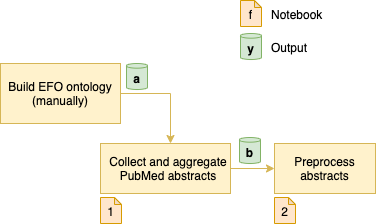
This is docs/pipeline.drawio.png from morteza/CogText, a draw.io export, as it was before one commit. Source tidied: cells renumbered, new cells last; positions are measured from the earlier drawing's top-left corner, leaving out a move shared by most shapes.
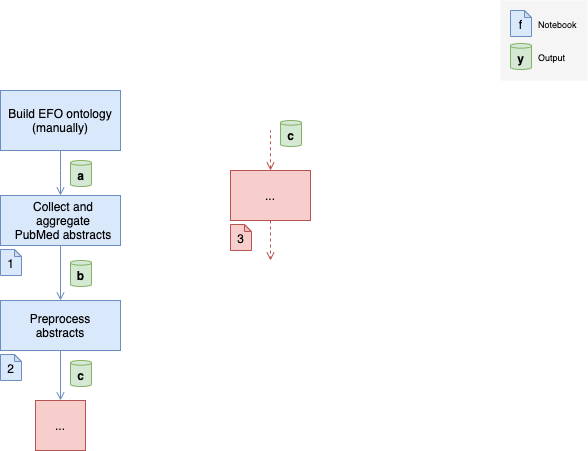
Later version of the same file.

Diff of the diagram source:
```diff
@@ -2,48 +2,83 @@
   <root>
     <mxCell id="0" />
     <mxCell id="1" parent="0" />
-    <mxCell id="2" style="edgeStyle=orthogonalEdgeStyle;rounded=0;jettySize=auto;html=1;sketch=0;shadow=0;fillColor=#fff2cc;strokeColor=#d6b656;" parent="1" edge="1" source="3" target="8">
+    <mxCell id="2" style="edgeStyle=orthogonalEdgeStyle;rounded=0;jettySize=auto;html=1;sketch=0;shadow=0;fillColor=#dae8fc;strokeColor=#6c8ebf;endArrow=open;endFill=0;" parent="1" edge="1" source="3" target="8">
       <mxGeometry relative="1" as="geometry" />
     </mxCell>
-    <mxCell id="3" value="Collect and aggregate&lt;br&gt;PubMed abstracts" style="whiteSpace=wrap;html=1;shadow=0;fillColor=#fff2cc;strokeColor=#d6b656;sketch=0;verticalAlign=middle;align=center;spacingLeft=6;" parent="1" vertex="1">
-      <mxGeometry x="100" y="143" width="130" height="50" as="geometry" />
+    <mxCell id="3" value="Collect and aggregate&lt;br&gt;PubMed abstracts" style="whiteSpace=wrap;html=1;shadow=0;fillColor=#dae8fc;strokeColor=#6c8ebf;sketch=0;verticalAlign=middle;align=center;spacingLeft=6;" parent="1" vertex="1">
+      <mxGeometry y="168" width="120" height="50" as="geometry" />
     </mxCell>
-    <mxCell id="4" value="1" style="shape=note;whiteSpace=wrap;html=1;backgroundOutline=1;darkOpacity=0.05;shadow=0;size=7;spacingTop=1;sketch=0;fillColor=#ffe6cc;strokeColor=#d79b00;" parent="1" vertex="1">
-      <mxGeometry x="100" y="197" width="21" height="26" as="geometry" />
+    <mxCell id="4" value="1" style="shape=note;whiteSpace=wrap;html=1;backgroundOutline=1;darkOpacity=0.05;shadow=0;size=7;spacingTop=1;sketch=0;fillColor=#dae8fc;strokeColor=#6c8ebf;" parent="1" vertex="1">
+      <mxGeometry y="222" width="21" height="26" as="geometry" />
     </mxCell>
-    <mxCell id="5" style="edgeStyle=orthogonalEdgeStyle;rounded=0;jettySize=auto;html=1;fillColor=#fff2cc;strokeColor=#d6b656;" parent="1" edge="1" source="6" target="3">
+    <mxCell id="5" style="edgeStyle=orthogonalEdgeStyle;rounded=0;jettySize=auto;html=1;fillColor=#dae8fc;strokeColor=#6c8ebf;endArrow=open;endFill=0;" parent="1" edge="1" source="6" target="3">
       <mxGeometry relative="1" as="geometry">
         <Array as="points">
-          <mxPoint x="170" y="93" />
+          <mxPoint x="60" y="143" />
+          <mxPoint x="60" y="143" />
         </Array>
       </mxGeometry>
     </mxCell>
-    <mxCell id="6" value="Build EFO ontology (manually)" style="whiteSpace=wrap;html=1;shadow=0;fillColor=#fff2cc;strokeColor=#d6b656;sketch=0;glass=0;" parent="1" vertex="1">
+    <mxCell id="6" value="Build EFO ontology (manually)" style="whiteSpace=wrap;html=1;shadow=0;fillColor=#dae8fc;strokeColor=#6c8ebf;sketch=0;glass=0;" parent="1" vertex="1">
       <mxGeometry y="63" width="120" height="60" as="geometry" />
     </mxCell>
     <mxCell id="7" value="&lt;font&gt;b&lt;/font&gt;" style="shape=cylinder3;whiteSpace=wrap;html=1;boundedLbl=1;backgroundOutline=1;size=2.3359222412109375;shadow=0;glass=0;sketch=0;fillColor=#d5e8d4;strokeColor=#82b366;fontStyle=1;" parent="1" vertex="1">
-      <mxGeometry x="239" y="137" width="21" height="26" as="geometry" />
+      <mxGeometry x="70" y="233" width="21" height="26" as="geometry" />
     </mxCell>
+    <mxCell id="15" style="edgeStyle=orthogonalEdgeStyle;rounded=0;jettySize=auto;html=1;fillColor=#dae8fc;strokeColor=#6c8ebf;endArrow=open;endFill=0;" parent="1" edge="1" source="8" target="16">
+      <mxGeometry relative="1" as="geometry" />
+    </mxCell>
-    <mxCell id="8" value="Preprocess abstracts" style="whiteSpace=wrap;html=1;shadow=0;fillColor=#fff2cc;strokeColor=#d6b656;sketch=0;" parent="1" vertex="1">
-      <mxGeometry x="274" y="143" width="101" height="50" as="geometry" />
+    <mxCell id="8" value="Preprocess&lt;br&gt;abstracts" style="whiteSpace=wrap;html=1;shadow=0;fillColor=#dae8fc;strokeColor=#6c8ebf;sketch=0;" parent="1" vertex="1">
+      <mxGeometry y="273" width="120" height="50" as="geometry" />
     </mxCell>
+    <mxCell id="13" value="&lt;font&gt;a&lt;/font&gt;" style="shape=cylinder3;whiteSpace=wrap;html=1;boundedLbl=1;backgroundOutline=1;size=2.3359222412109375;shadow=0;glass=0;sketch=0;fillColor=#d5e8d4;strokeColor=#82b366;fontStyle=1;" parent="1" vertex="1">
+      <mxGeometry x="70" y="133" width="21" height="26" as="geometry" />
+    </mxCell>
+    <mxCell id="14" value="2" style="shape=note;whiteSpace=wrap;html=1;backgroundOutline=1;darkOpacity=0.05;shadow=0;size=7;spacingTop=1;sketch=0;fillColor=#dae8fc;strokeColor=#6c8ebf;" parent="1" vertex="1">
+      <mxGeometry y="327" width="21" height="26" as="geometry" />
+    </mxCell>
+    <mxCell id="16" value="..." style="whiteSpace=wrap;html=1;shadow=0;fillColor=#f8cecc;strokeColor=#b85450;sketch=0;glass=0;" parent="1" vertex="1">
+      <mxGeometry x="35" y="373" width="50" height="50" as="geometry" />
+    </mxCell>
+    <mxCell id="17" value="&lt;font&gt;c&lt;/font&gt;" style="shape=cylinder3;whiteSpace=wrap;html=1;boundedLbl=1;backgroundOutline=1;size=2.3359222412109375;shadow=0;glass=0;sketch=0;fillColor=#d5e8d4;strokeColor=#82b366;fontStyle=1;" parent="1" vertex="1">
+      <mxGeometry x="70" y="333" width="21" height="26" as="geometry" />
+    </mxCell>
+    <mxCell id="18" style="group;" parent="1" vertex="1">
+      <mxGeometry x="500" y="-27" width="87" height="80" as="geometry" />
+    </mxCell>
+    <mxCell id="19" style="whiteSpace=wrap;html=1;shadow=0;fontSize=12;fillColor=#f5f5f5;fontColor=#333333;strokeColor=none;" parent="18" vertex="1">
+      <mxGeometry width="87" height="80" as="geometry" />
+    </mxCell>
-    <mxCell id="9" value="f" style="shape=note;whiteSpace=wrap;html=1;backgroundOutline=1;darkOpacity=0.05;shadow=0;size=7;spacingTop=1;sketch=0;fillColor=#ffe6cc;strokeColor=#d79b00;" parent="1" vertex="1">
-      <mxGeometry x="240" width="21" height="26" as="geometry" />
+    <mxCell id="9" value="f" style="shape=note;whiteSpace=wrap;html=1;backgroundOutline=1;darkOpacity=0.05;shadow=0;size=7;spacingTop=1;sketch=0;fillColor=#dae8fc;strokeColor=#6c8ebf;fontSize=12;" parent="18" vertex="1">
+      <mxGeometry x="10" y="10" width="21" height="26" as="geometry" />
     </mxCell>
-    <mxCell id="10" value="&lt;font&gt;y&lt;/font&gt;" style="shape=cylinder3;whiteSpace=wrap;html=1;boundedLbl=1;backgroundOutline=1;size=2.3359222412109375;shadow=0;glass=0;sketch=0;fillColor=#d5e8d4;strokeColor=#82b366;fontStyle=1;" parent="1" vertex="1">
-      <mxGeometry x="240" y="33" width="21" height="26" as="geometry" />
+    <mxCell id="10" value="&lt;font style=&quot;font-size: 12px;&quot;&gt;y&lt;/font&gt;" style="shape=cylinder3;whiteSpace=wrap;html=1;boundedLbl=1;backgroundOutline=1;size=2.3359222412109375;shadow=0;glass=0;sketch=0;fillColor=#d5e8d4;strokeColor=#82b366;fontStyle=1;fontSize=12;" parent="18" vertex="1">
+      <mxGeometry x="10" y="43" width="21" height="26" as="geometry" />
     </mxCell>
-    <mxCell id="11" value="Notebook" style="text;html=1;align=left;verticalAlign=middle;strokeColor=none;" parent="1" vertex="1">
-      <mxGeometry x="269" y="4" width="70" height="20" as="geometry" />
+    <mxCell id="11" value="Notebook" style="text;html=1;align=left;verticalAlign=middle;strokeColor=none;fontSize=9;shadow=0;" parent="18" vertex="1">
+      <mxGeometry x="36" y="14" width="50" height="20" as="geometry" />
     </mxCell>
-    <mxCell id="12" value="Output" style="text;html=1;align=left;verticalAlign=middle;strokeColor=none;" parent="1" vertex="1">
-      <mxGeometry x="269" y="37" width="50" height="20" as="geometry" />
+    <mxCell id="12" value="Output" style="text;html=1;align=left;verticalAlign=middle;strokeColor=none;fontSize=9;shadow=0;" parent="18" vertex="1">
+      <mxGeometry x="36" y="47" width="40" height="20" as="geometry" />
     </mxCell>
-    <mxCell id="13" value="&lt;font&gt;a&lt;/font&gt;" style="shape=cylinder3;whiteSpace=wrap;html=1;boundedLbl=1;backgroundOutline=1;size=2.3359222412109375;shadow=0;glass=0;sketch=0;fillColor=#d5e8d4;strokeColor=#82b366;fontStyle=1;" parent="1" vertex="1">
-      <mxGeometry x="126" y="63" width="21" height="26" as="geometry" />
-    </mxCell>
-    <mxCell id="14" value="2" style="shape=note;whiteSpace=wrap;html=1;backgroundOutline=1;darkOpacity=0.05;shadow=0;size=7;spacingTop=1;sketch=0;fillColor=#ffe6cc;strokeColor=#d79b00;" parent="1" vertex="1">
-      <mxGeometry x="274" y="197" width="21" height="26" as="geometry" />
-    </mxCell>
+    <mxCell id="20" style="edgeStyle=orthogonalEdgeStyle;rounded=0;jettySize=auto;html=1;exitX=0.5;exitY=0;exitDx=0;exitDy=0;fontSize=12;fontColor=#000000;endArrow=none;endFill=0;dashed=1;startArrow=open;startFill=0;fillColor=#f8cecc;strokeColor=#b85450;" parent="1" edge="1" source="22">
+      <mxGeometry relative="1" as="geometry">
+        <mxPoint x="270" y="103" as="targetPoint" />
+      </mxGeometry>
+    </mxCell>
+    <mxCell id="21" style="edgeStyle=orthogonalEdgeStyle;rounded=0;jettySize=auto;html=1;dashed=1;fontSize=12;fontColor=#000000;startArrow=none;startFill=0;endArrow=open;endFill=0;fillColor=#f8cecc;strokeColor=#b85450;" parent="1" edge="1" source="22">
+      <mxGeometry relative="1" as="geometry">
+        <mxPoint x="270" y="233" as="targetPoint" />
+      </mxGeometry>
+    </mxCell>
+    <mxCell id="22" value="..." style="whiteSpace=wrap;html=1;shadow=0;fillColor=#f8cecc;strokeColor=#b85450;sketch=0;" parent="1" vertex="1">
+      <mxGeometry x="230" y="143" width="80" height="50" as="geometry" />
+    </mxCell>
+    <mxCell id="23" value="&lt;font&gt;c&lt;/font&gt;" style="shape=cylinder3;whiteSpace=wrap;html=1;boundedLbl=1;backgroundOutline=1;size=2.3359222412109375;shadow=0;glass=0;sketch=0;fillColor=#d5e8d4;strokeColor=#82b366;fontStyle=1;" parent="1" vertex="1">
+      <mxGeometry x="280" y="93" width="21" height="26" as="geometry" />
+    </mxCell>
+    <mxCell id="24" value="3" style="shape=note;whiteSpace=wrap;html=1;backgroundOutline=1;darkOpacity=0.05;shadow=0;size=7;spacingTop=1;sketch=0;fillColor=#f8cecc;strokeColor=#b85450;" parent="1" vertex="1">
+      <mxGeometry x="230" y="197" width="21" height="26" as="geometry" />
+    </mxCell>
   </root>
 </mxGraphModel>
```
